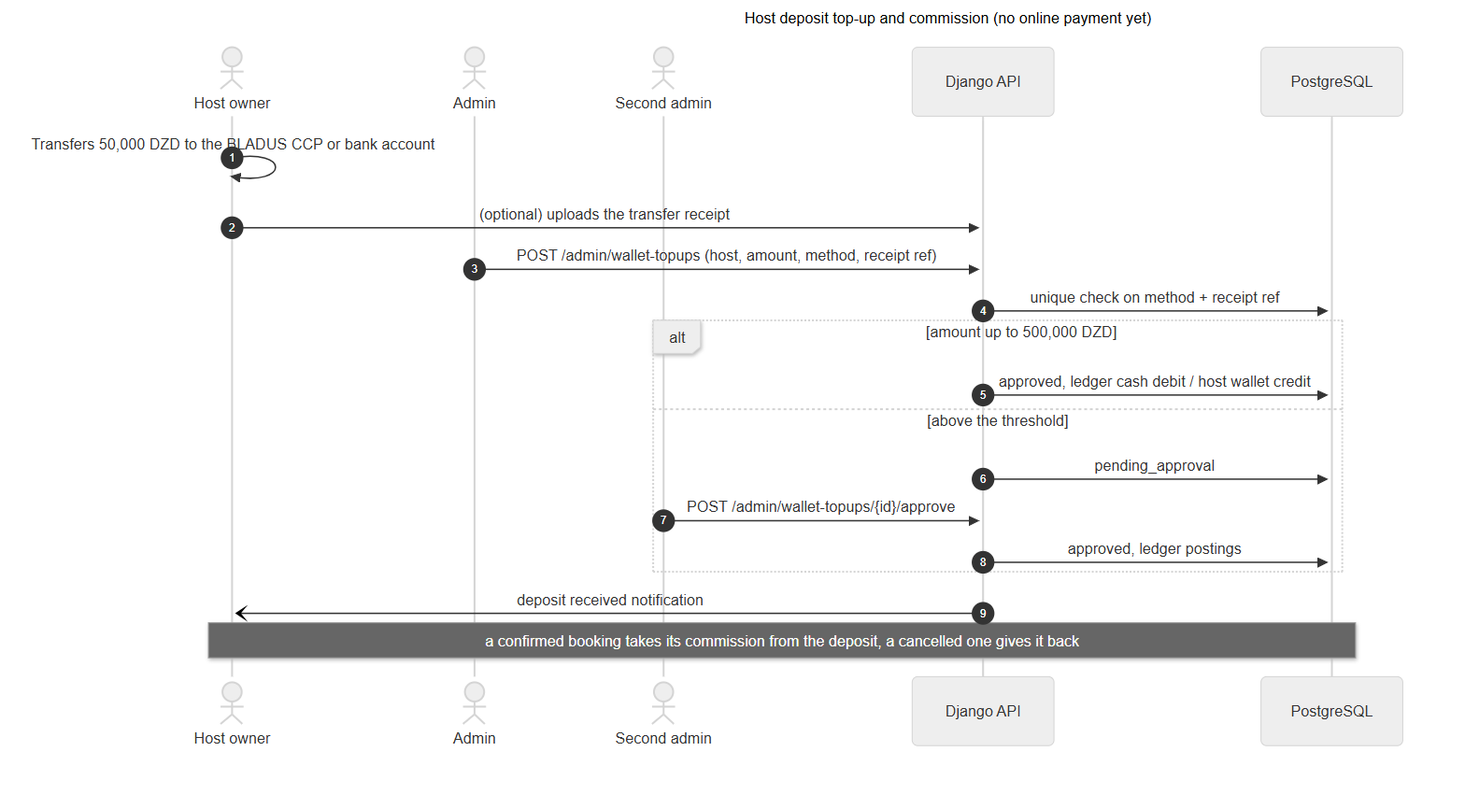
The Mermaid diagram docs/backend/diagrams/rendered/22-seq-wallet-topup.png in med-amine-ok/darna, before a commit. Its source is kept beside it as docs/backend/diagrams/22-seq-wallet-topup.mmd. The source it was exported from:
```mermaid
---
title: Host deposit top-up and commission (no online payment yet)
---
sequenceDiagram
    autonumber
    actor H as Host owner
    actor A1 as Admin
    actor A2 as Second admin
    participant A as Django API
    participant DB as PostgreSQL
    H->>H: Transfers 50,000 DZD to the BLADUS CCP or bank account
    H->>A: (optional) uploads the transfer receipt
    A1->>A: POST /admin/wallet-topups (host, amount, method, receipt ref)
    A->>DB: unique check on method + receipt ref
    alt amount up to 500,000 DZD
        A->>DB: approved, ledger cash debit / host wallet credit
    else above the threshold
        A->>DB: pending_approval
        A2->>A: POST /admin/wallet-topups/{id}/approve
        A->>DB: approved, ledger postings
    end
    A-)H: deposit received notification
    Note over H,DB: a confirmed booking takes its commission from the deposit, a cancelled one gives it back
```
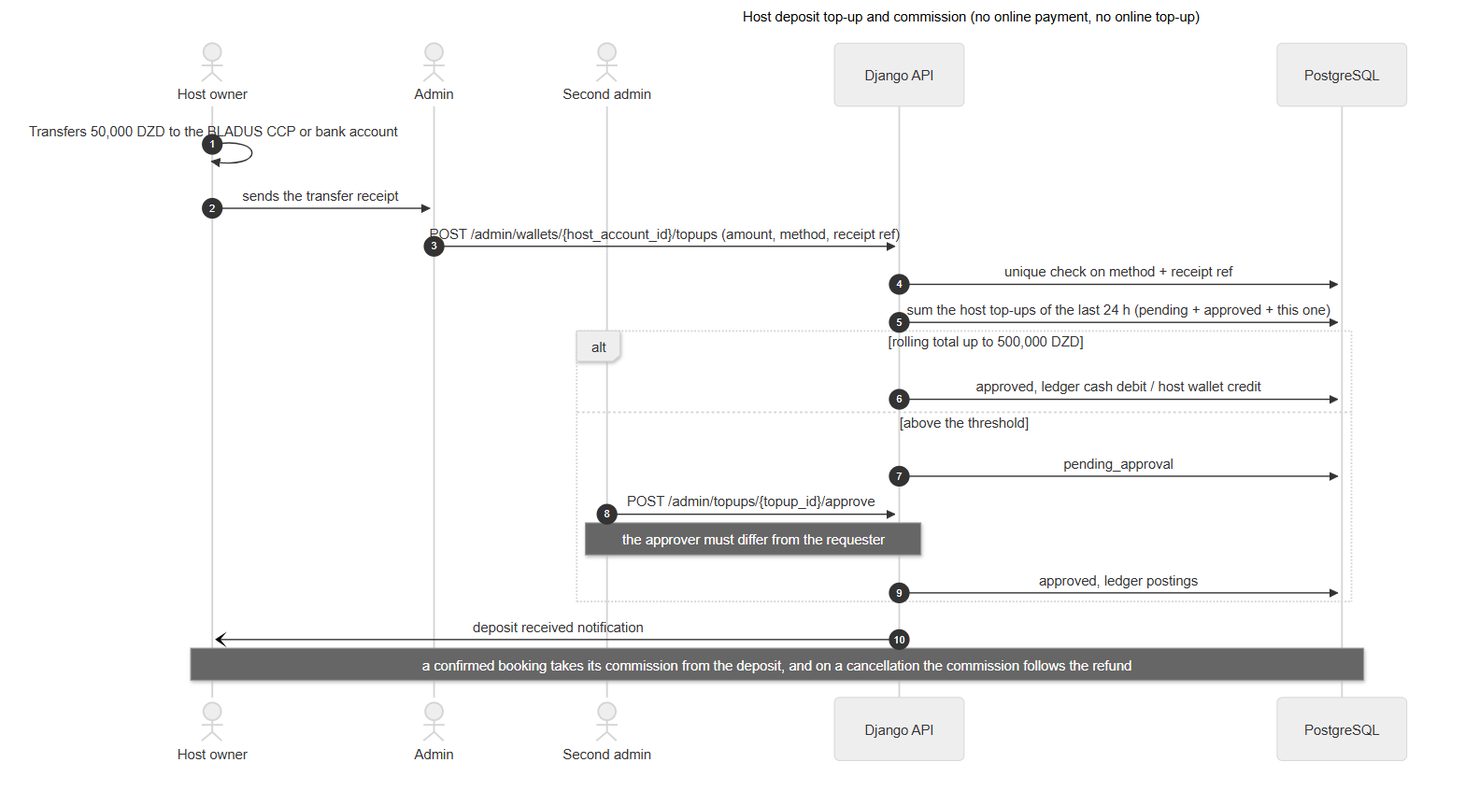
The same file after the commit.

Change to the diagram source:
```diff
@@ -1,5 +1,5 @@
 ---
-title: Host deposit top-up and commission (no online payment yet)
+title: Host deposit top-up and commission (no online payment, no online top-up)
 ---
 sequenceDiagram
     autonumber
@@ -9,15 +9,17 @@
     participant A as Django API
     participant DB as PostgreSQL
     H->>H: Transfers 50,000 DZD to the BLADUS CCP or bank account
-    H->>A: (optional) uploads the transfer receipt
-    A1->>A: POST /admin/wallet-topups (host, amount, method, receipt ref)
+    H->>A1: sends the transfer receipt
+    A1->>A: POST /admin/wallets/{host_account_id}/topups (amount, method, receipt ref)
     A->>DB: unique check on method + receipt ref
-    alt amount up to 500,000 DZD
+    A->>DB: sum the host top-ups of the last 24 h (pending + approved + this one)
+    alt rolling total up to 500,000 DZD
         A->>DB: approved, ledger cash debit / host wallet credit
     else above the threshold
         A->>DB: pending_approval
-        A2->>A: POST /admin/wallet-topups/{id}/approve
+        A2->>A: POST /admin/topups/{topup_id}/approve
+        Note over A2,A: the approver must differ from the requester
         A->>DB: approved, ledger postings
     end
     A-)H: deposit received notification
-    Note over H,DB: a confirmed booking takes its commission from the deposit, a cancelled one gives it back
+    Note over H,DB: a confirmed booking takes its commission from the deposit, and on a cancellation the commission follows the refund
```
